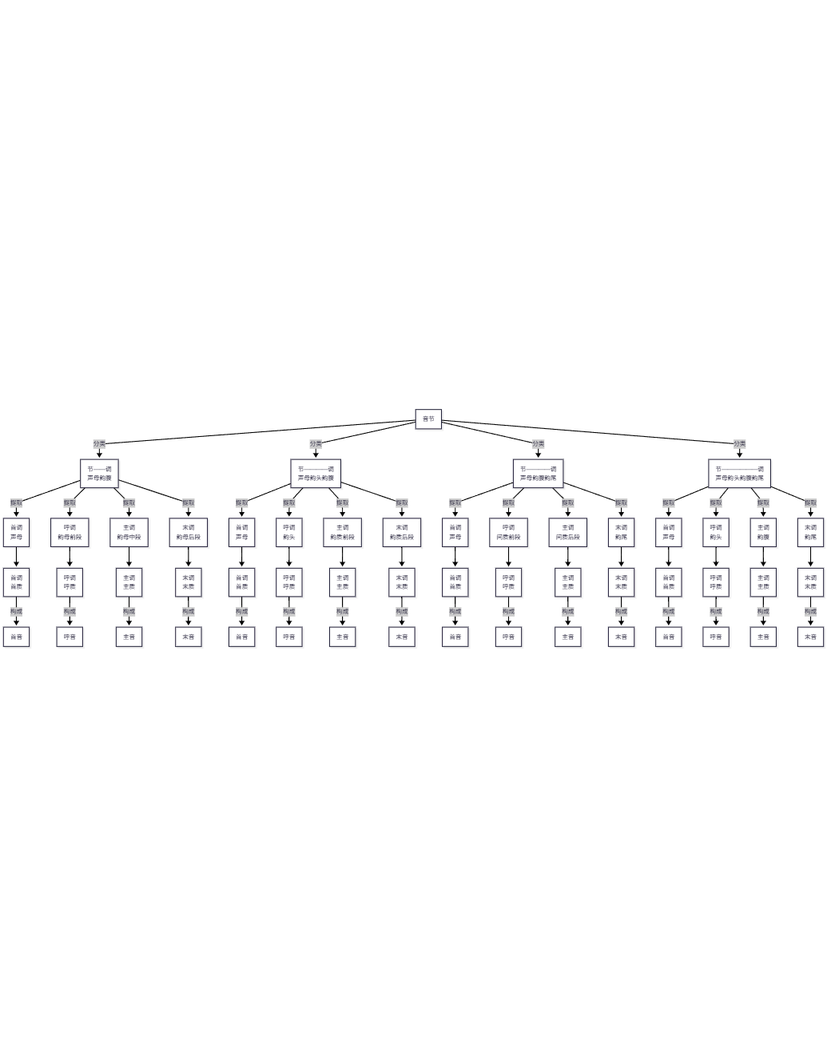
Earlier version of the Mermaid export YIME_Theory/flowchart/间接音元分析一式.png (tsaanghwang/Yime-prototype). Its source is kept beside it as YIME_Theory/flowchart/间接音元分析一式.mmd. Source of this version:
```mermaid
graph TB
    A[音节] --> |分类|B[节——调<br>声母韵腹]
    A --> |分类|C[节————调<br>声母韵头韵腹]
    A --> |分类|D[节————调<br>声母韵腹韵尾]
    A --> |分类|E[节——————调<br>声母韵头韵腹韵尾]

    B --> |提取|B1[首调<br>声母]
    B --> |提取|B2[呼调<br>韵母前段]
    B --> |提取|B3[主调<br>韵母中段]
    B --> |提取|B4[末调<br>韵母后段]
    B1 --> B5[首调<br>首质]
    B2 --> B6[呼调<br>呼质]
    B3 --> B7[主调<br>主质]
    B4 --> B8[末调<br>末质]

    C --> |提取|C1[首调<br>声母]
    C --> |提取|C2[呼调<br>韵头]
    C --> |提取|C3[主调<br>韵质前段]
    C --> |提取|C4[末调<br>韵质后段]
    C1 --> C5[首调<br>首质]
    C2 --> C6[呼调<br>呼质]
    C3 --> C7[主调<br>主质]
    C4 --> C8[末调<br>末质]

    D --> |提取|D1[首调<br>声母]
    D --> |提取|D2[呼调<br>间质前段]
    D --> |提取|D3[主调<br>间质后段]
    D --> |提取|D4[末调<br>韵尾]
    D1 --> D5[首调<br>首质]
    D2 --> D6[呼调<br>呼质]
    D3 --> D7[主调<br>主质]
    D4 --> D8[末调<br>末质]

    E --> |提取|E1[首调<br>声母]
    E --> |提取|E2[呼调<br>韵头]
    E --> |提取|E3[主调<br>韵腹]
    E --> |提取|E4[末调<br>韵尾]
    E1 --> E5[首调<br>首质]
    E2 --> E6[呼调<br>呼质]
    E3 --> E7[主调<br>主质]
    E4 --> E8[末调<br>末质]

    B5 --> |构成|F1[首音]
    B6 --> |构成|G1[呼音]
    B7 --> |构成|H1[主音]
    B8 --> |构成|I1[末音]

    C5 --> |构成|F2[首音]
    C6 --> |构成|G2[呼音]
    C7 --> |构成|H2[主音]
    C8 --> |构成|I2[末音]

    D5 --> |构成|F3[首音]
    D6 --> |构成|G3[呼音]
    D7 --> |构成|H3[主音]
    D8 --> |构成|I3[末音]

    E5 --> |构成|F4[首音]
    E6 --> |构成|G4[呼音]
    E7 --> |构成|H4[主音]
    E8 --> |构成|I4[末音]
```
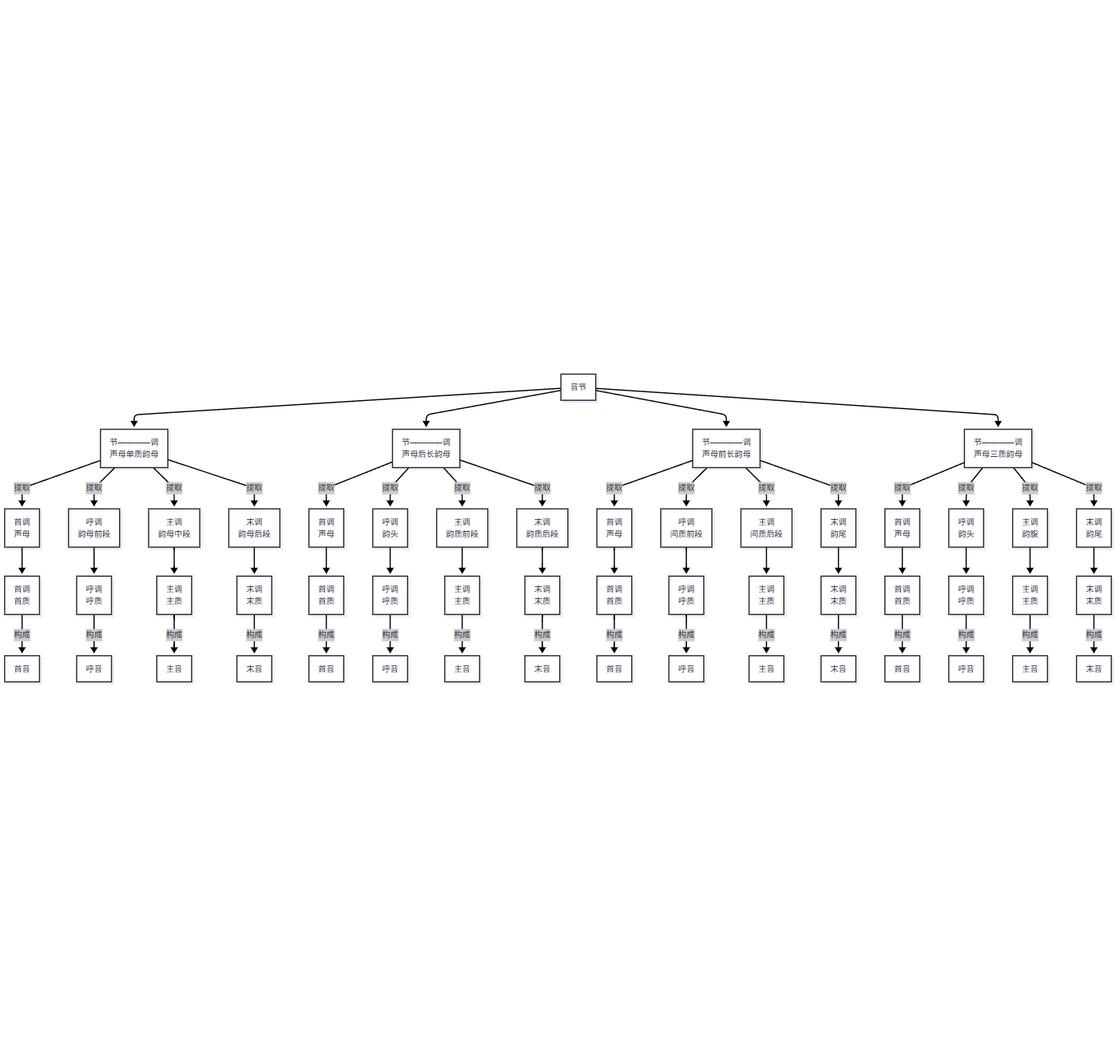
The same file after the commit.

Change to the diagram source:
```diff
@@ -1,8 +1,8 @@
 graph TB
-    A[音节] --> |分类|B[节——调<br>声母韵腹]
-    A --> |分类|C[节————调<br>声母韵头韵腹]
-    A --> |分类|D[节————调<br>声母韵腹韵尾]
-    A --> |分类|E[节——————调<br>声母韵头韵腹韵尾]
+    A[音节] --> B[节————调<br>声母单质韵母]
+    A --> C[节————调<br>声母后长韵母]
+    A --> D[节————调<br>声母前长韵母]
+    A --> E[节————调<br>声母三质韵母]
 
     B --> |提取|B1[首调<br>声母]
     B --> |提取|B2[呼调<br>韵母前段]
```
